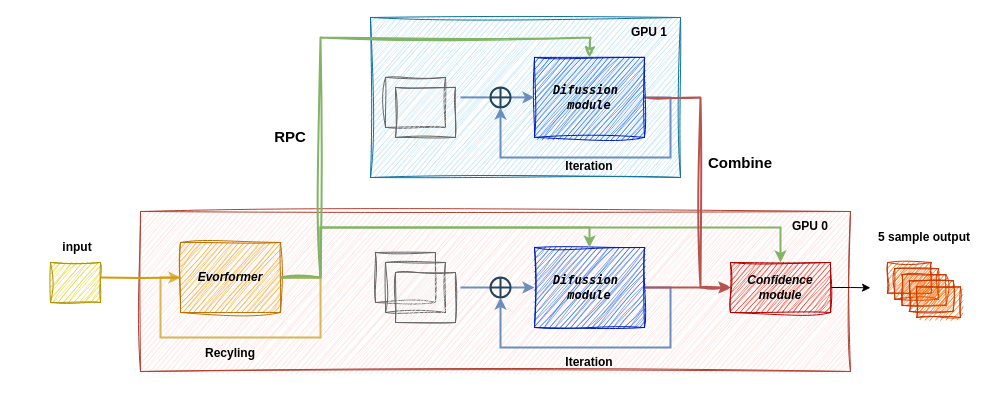
This is assets/未命名绘图.drawio from ShizhongP/dl-notes, a draw.io file, before an edit. Source tidied: cells renumbered, new cells numbered last; positions are measured from the earlier drawing's top-left corner, leaving out a move shared by most shapes. Both pictures are drawn from the tidied source at 100%, with x=0, y=0 at pixel (17, 17).
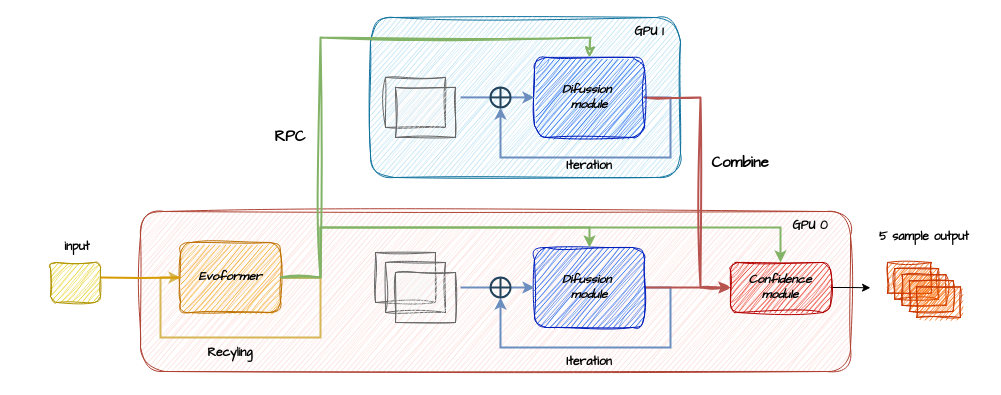
After the change.

Commit message:
更新未命名绘图.drawio

Diff of the diagram source:
```diff
@@
-    <mxCell id="2" style="rounded=0;whiteSpace=wrap;html=1;fillColor=#fad9d5;strokeColor=#ae4132;glass=0;shadow=0;sketch=1;curveFitting=1;jiggle=2;" parent="1" vertex="1">
+    <mxCell id="2" style="rounded=1;whiteSpace=wrap;html=1;fillColor=#fad9d5;strokeColor=#ae4132;glass=0;shadow=0;sketch=1;curveFitting=1;jiggle=2;fontFamily=Comic Sans MS;" parent="1" vertex="1">
       <mxGeometry x="123" y="194" width="710" height="160" as="geometry" />
     </mxCell>
-    <mxCell id="3" style="rounded=0;whiteSpace=wrap;html=1;fillColor=#b1ddf0;strokeColor=#10739e;sketch=1;curveFitting=1;jiggle=2;" parent="1" vertex="1">
+    <mxCell id="3" style="rounded=1;whiteSpace=wrap;html=1;fillColor=#b1ddf0;strokeColor=#10739e;sketch=1;curveFitting=1;jiggle=2;fontFamily=Comic Sans MS;" parent="1" vertex="1">
       <mxGeometry x="353" width="310" height="160" as="geometry" />
     </mxCell>
-    <mxCell id="4" style="edgeStyle=orthogonalEdgeStyle;rounded=0;jettySize=auto;html=1;exitX=1;exitY=0.5;exitDx=0;exitDy=0;entryX=0.5;entryY=1;entryDx=0;entryDy=0;fillColor=#dae8fc;strokeColor=#6c8ebf;strokeWidth=2;" parent="1" edge="1" source="6" target="19">
+    <mxCell id="4" style="edgeStyle=orthogonalEdgeStyle;rounded=0;jettySize=auto;html=1;exitX=1;exitY=0.5;exitDx=0;exitDy=0;entryX=0.5;entryY=1;entryDx=0;entryDy=0;fillColor=#dae8fc;strokeColor=#6c8ebf;strokeWidth=2;fontFamily=Comic Sans MS;" parent="1" edge="1" source="6" target="19">
       <mxGeometry relative="1" as="geometry">
         <Array as="points">
           <mxPoint x="653" y="270" />
           <mxPoint x="653" y="330" />
           <mxPoint x="483" y="330" />
         </Array>
       </mxGeometry>
     </mxCell>
-    <mxCell id="5" style="edgeStyle=orthogonalEdgeStyle;rounded=0;jettySize=auto;html=1;exitX=1;exitY=0.5;exitDx=0;exitDy=0;entryX=0;entryY=0.5;entryDx=0;entryDy=0;fillColor=#f8cecc;strokeColor=#b85450;strokeWidth=2;" parent="1" edge="1" source="6" target="33">
+    <mxCell id="5" style="edgeStyle=orthogonalEdgeStyle;rounded=0;jettySize=auto;html=1;exitX=1;exitY=0.5;exitDx=0;exitDy=0;entryX=0;entryY=0.5;entryDx=0;entryDy=0;fillColor=#f8cecc;strokeColor=#b85450;strokeWidth=2;fontFamily=Comic Sans MS;" parent="1" edge="1" source="6" target="33">
       <mxGeometry relative="1" as="geometry" />
     </mxCell>
-    <mxCell id="6" value="&lt;i&gt;&lt;b&gt;&lt;font style=&quot;color: rgb(0, 0, 0);&quot; face=&quot;Lucida Console&quot;&gt;Difussion&amp;nbsp;&lt;/font&gt;&lt;/b&gt;&lt;/i&gt;&lt;div&gt;&lt;i&gt;&lt;b&gt;&lt;font style=&quot;color: rgb(0, 0, 0);&quot; face=&quot;Lucida Console&quot;&gt;module&lt;/font&gt;&lt;/b&gt;&lt;/i&gt;&lt;/div&gt;" style="rounded=0;whiteSpace=wrap;html=1;fillColor=#0050ef;strokeColor=#001DBC;sketch=1;curveFitting=1;jiggle=2;fontColor=#ffffff;" parent="1" vertex="1">
+    <mxCell id="6" value="&lt;i&gt;&lt;b&gt;&lt;font style=&quot;color: rgb(0, 0, 0);&quot;&gt;Difussion&amp;nbsp;&lt;/font&gt;&lt;/b&gt;&lt;/i&gt;&lt;div&gt;&lt;i&gt;&lt;b&gt;&lt;font style=&quot;color: rgb(0, 0, 0);&quot;&gt;module&lt;/font&gt;&lt;/b&gt;&lt;/i&gt;&lt;/div&gt;" style="rounded=1;whiteSpace=wrap;html=1;fillColor=#0050ef;strokeColor=#001DBC;sketch=1;curveFitting=1;jiggle=2;fontColor=#ffffff;fontFamily=Comic Sans MS;" parent="1" vertex="1">
       <mxGeometry x="517" y="230" width="110" height="80" as="geometry" />
     </mxCell>
-    <mxCell id="7" style="edgeStyle=orthogonalEdgeStyle;rounded=0;jettySize=auto;html=1;exitX=1;exitY=0.5;exitDx=0;exitDy=0;entryX=0.5;entryY=0;entryDx=0;entryDy=0;fillColor=#d5e8d4;strokeColor=#82b366;strokeWidth=2;" parent="1" edge="1" source="9" target="6">
+    <mxCell id="7" style="edgeStyle=orthogonalEdgeStyle;rounded=0;jettySize=auto;html=1;exitX=1;exitY=0.5;exitDx=0;exitDy=0;entryX=0.5;entryY=0;entryDx=0;entryDy=0;fillColor=#d5e8d4;strokeColor=#82b366;strokeWidth=2;fontFamily=Comic Sans MS;" parent="1" edge="1" source="9" target="6">
       <mxGeometry relative="1" as="geometry">
         <Array as="points">
           <mxPoint x="303" y="260" />
           <mxPoint x="303" y="210" />
           <mxPoint x="572" y="210" />
         </Array>
       </mxGeometry>
     </mxCell>
-    <mxCell id="8" style="edgeStyle=orthogonalEdgeStyle;rounded=0;jettySize=auto;html=1;exitX=1;exitY=0.5;exitDx=0;exitDy=0;entryX=0.5;entryY=0;entryDx=0;entryDy=0;fillColor=#d5e8d4;strokeColor=#82b366;strokeWidth=2;" parent="1" edge="1" source="9" target="33">
+    <mxCell id="8" style="edgeStyle=orthogonalEdgeStyle;rounded=0;jettySize=auto;html=1;exitX=1;exitY=0.5;exitDx=0;exitDy=0;entryX=0.5;entryY=0;entryDx=0;entryDy=0;fillColor=#d5e8d4;strokeColor=#82b366;strokeWidth=2;fontFamily=Comic Sans MS;" parent="1" edge="1" source="9" target="33">
       <mxGeometry relative="1" as="geometry">
         <Array as="points">
           <mxPoint x="303" y="260" />
           <mxPoint x="303" y="210" />
           <mxPoint x="763" y="210" />
         </Array>
       </mxGeometry>
     </mxCell>
-    <mxCell id="9" value="&lt;b&gt;&lt;i&gt;Evorformer&lt;/i&gt;&lt;/b&gt;" style="rounded=0;whiteSpace=wrap;html=1;fillColor=#f0a30a;strokeColor=#BD7000;sketch=1;curveFitting=1;jiggle=2;fontColor=#000000;" parent="1" vertex="1">
+    <mxCell id="9" value="&lt;b&gt;&lt;i&gt;Evoformer&lt;/i&gt;&lt;/b&gt;" style="rounded=1;whiteSpace=wrap;html=1;fillColor=#f0a30a;strokeColor=#BD7000;sketch=1;curveFitting=1;jiggle=2;fontColor=#000000;fontFamily=Comic Sans MS;" parent="1" vertex="1">
       <mxGeometry x="163" y="225" width="100" height="70" as="geometry" />
     </mxCell>
-    <mxCell id="10" style="edgeStyle=orthogonalEdgeStyle;rounded=0;orthogonalLoop=1;jettySize=auto;html=1;exitX=1;exitY=0.5;exitDx=0;exitDy=0;entryX=0;entryY=0.5;entryDx=0;entryDy=0;fillColor=#fff2cc;strokeColor=#d6b656;strokeWidth=2;" parent="1" edge="1" source="9" target="9">
+    <mxCell id="10" style="edgeStyle=orthogonalEdgeStyle;rounded=0;orthogonalLoop=1;jettySize=auto;html=1;exitX=1;exitY=0.5;exitDx=0;exitDy=0;entryX=0;entryY=0.5;entryDx=0;entryDy=0;fillColor=#fff2cc;strokeColor=#d6b656;strokeWidth=2;fontFamily=Comic Sans MS;" parent="1" edge="1" source="9" target="9">
       <mxGeometry relative="1" as="geometry">
         <Array as="points">
           <mxPoint x="303" y="260" />
           <mxPoint x="303" y="320" />
           <mxPoint x="143" y="320" />
           <mxPoint x="143" y="260" />
         </Array>
       </mxGeometry>
     </mxCell>
-    <mxCell id="11" value="&lt;b&gt;Recyling&lt;/b&gt;" style="text;html=1;align=center;verticalAlign=middle;whiteSpace=wrap;rounded=0;" parent="1" vertex="1">
+    <mxCell id="11" value="&lt;b&gt;Recyling&lt;/b&gt;" style="text;html=1;align=center;verticalAlign=middle;whiteSpace=wrap;rounded=0;fontFamily=Comic Sans MS;" parent="1" vertex="1">
       <mxGeometry x="183" y="321" width="60" height="30" as="geometry" />
     </mxCell>
-    <mxCell id="12" style="rounded=0;whiteSpace=wrap;html=1;fillColor=#f5f5f5;fontColor=#333333;strokeColor=#666666;sketch=1;curveFitting=1;jiggle=2;" parent="1" vertex="1">
+    <mxCell id="12" style="rounded=0;whiteSpace=wrap;html=1;fillColor=#f5f5f5;fontColor=#333333;strokeColor=#666666;sketch=1;curveFitting=1;jiggle=2;fontFamily=Comic Sans MS;" parent="1" vertex="1">
       <mxGeometry x="358" y="235" width="60" height="50" as="geometry" />
     </mxCell>
-    <mxCell id="13" style="rounded=0;whiteSpace=wrap;html=1;fillColor=#f5f5f5;fontColor=#333333;strokeColor=#666666;sketch=1;curveFitting=1;jiggle=2;" parent="1" vertex="1">
+    <mxCell id="13" style="rounded=0;whiteSpace=wrap;html=1;fillColor=#f5f5f5;fontColor=#333333;strokeColor=#666666;sketch=1;curveFitting=1;jiggle=2;fontFamily=Comic Sans MS;" parent="1" vertex="1">
       <mxGeometry x="368" y="245" width="60" height="50" as="geometry" />
     </mxCell>
-    <mxCell id="14" style="endArrow=classic;html=1;rounded=0;entryX=0;entryY=0.5;entryDx=0;entryDy=0;fillColor=#dae8fc;strokeColor=#6c8ebf;strokeWidth=2;" parent="1" edge="1" source="19" target="6">
+    <mxCell id="14" style="endArrow=classic;html=1;rounded=0;entryX=0;entryY=0.5;entryDx=0;entryDy=0;fillColor=#dae8fc;strokeColor=#6c8ebf;strokeWidth=2;fontFamily=Comic Sans MS;" parent="1" edge="1" source="19" target="6">
       <mxGeometry relative="1" as="geometry" />
     </mxCell>
-    <mxCell id="15" style="edgeStyle=orthogonalEdgeStyle;rounded=0;jettySize=auto;html=1;entryX=0;entryY=0.5;entryDx=0;entryDy=0;endArrow=none;startFill=0;fillColor=#ffe6cc;strokeColor=#d79b00;strokeWidth=2;" parent="1" edge="1" target="9">
+    <mxCell id="15" style="edgeStyle=orthogonalEdgeStyle;rounded=0;jettySize=auto;html=1;entryX=0;entryY=0.5;entryDx=0;entryDy=0;endArrow=none;startFill=0;fillColor=#ffe6cc;strokeColor=#d79b00;strokeWidth=2;fontFamily=Comic Sans MS;" parent="1" edge="1" target="9">
       <mxGeometry relative="1" as="geometry">
         <mxPoint x="83" y="260" as="sourcePoint" />
       </mxGeometry>
     </mxCell>
-    <mxCell id="16" style="rounded=0;whiteSpace=wrap;html=1;fillColor=#e3c800;strokeColor=#B09500;sketch=1;curveFitting=1;jiggle=2;fontColor=#000000;" parent="1" vertex="1">
+    <mxCell id="16" style="rounded=1;whiteSpace=wrap;html=1;fillColor=#e3c800;strokeColor=#B09500;sketch=1;curveFitting=1;jiggle=2;fontColor=#000000;fontFamily=Comic Sans MS;" parent="1" vertex="1">
       <mxGeometry x="33" y="245" width="50" height="40" as="geometry" />
     </mxCell>
-    <mxCell id="17" value="&lt;b&gt;&lt;font style=&quot;font-size: 15px;&quot;&gt;RPC&lt;/font&gt;&lt;/b&gt;" style="text;html=1;align=center;verticalAlign=middle;whiteSpace=wrap;rounded=0;strokeWidth=3;" parent="1" vertex="1">
+    <mxCell id="17" value="&lt;b&gt;&lt;font style=&quot;font-size: 15px;&quot;&gt;RPC&lt;/font&gt;&lt;/b&gt;" style="text;html=1;align=center;verticalAlign=middle;whiteSpace=wrap;rounded=0;strokeWidth=3;fontFamily=Comic Sans MS;" parent="1" vertex="1">
       <mxGeometry x="243" y="104" width="60" height="30" as="geometry" />
     </mxCell>
-    <mxCell id="18" style="endArrow=none;html=1;rounded=0;entryX=0;entryY=0.5;entryDx=0;entryDy=0;startFill=0;strokeWidth=2;fillColor=#dae8fc;strokeColor=#6c8ebf;" parent="1" edge="1" target="19">
+    <mxCell id="18" style="endArrow=none;html=1;rounded=0;entryX=0;entryY=0.5;entryDx=0;entryDy=0;startFill=0;strokeWidth=2;fillColor=#dae8fc;strokeColor=#6c8ebf;fontFamily=Comic Sans MS;" parent="1" edge="1" target="19">
       <mxGeometry relative="1" as="geometry">
         <mxPoint x="443" y="270" as="sourcePoint" />
       </mxGeometry>
     </mxCell>
-    <mxCell id="19" style="shape=orEllipse;perimeter=ellipsePerimeter;whiteSpace=wrap;html=1;backgroundOutline=1;fillColor=none;strokeColor=#23445d;strokeWidth=2;" parent="1" vertex="1">
+    <mxCell id="19" style="shape=orEllipse;perimeter=ellipsePerimeter;whiteSpace=wrap;html=1;backgroundOutline=1;fillColor=none;strokeColor=#23445d;strokeWidth=2;fontFamily=Comic Sans MS;" parent="1" vertex="1">
       <mxGeometry x="473" y="260" width="20" height="20" as="geometry" />
     </mxCell>
-    <mxCell id="20" style="edgeStyle=orthogonalEdgeStyle;rounded=0;jettySize=auto;html=1;exitX=1;exitY=0.5;exitDx=0;exitDy=0;entryX=0.5;entryY=1;entryDx=0;entryDy=0;fillColor=#dae8fc;strokeColor=#6c8ebf;strokeWidth=2;" parent="1" edge="1" source="22">
+    <mxCell id="20" style="edgeStyle=orthogonalEdgeStyle;rounded=0;jettySize=auto;html=1;exitX=1;exitY=0.5;exitDx=0;exitDy=0;entryX=0.5;entryY=1;entryDx=0;entryDy=0;fillColor=#dae8fc;strokeColor=#6c8ebf;strokeWidth=2;fontFamily=Comic Sans MS;" parent="1" edge="1" source="22">
       <mxGeometry relative="1" as="geometry">
         <mxPoint x="483" y="89.9" as="targetPoint" />
         <Array as="points">
           <mxPoint x="653" y="79.9" />
           <mxPoint x="653" y="139.9" />
           <mxPoint x="483" y="139.9" />
         </Array>
       </mxGeometry>
     </mxCell>
-    <mxCell id="21" style="edgeStyle=orthogonalEdgeStyle;rounded=0;jettySize=auto;html=1;exitX=1;exitY=0.5;exitDx=0;exitDy=0;fillColor=#f8cecc;strokeColor=#b85450;strokeWidth=2;sketch=1;curveFitting=1;jiggle=2;" parent="1" edge="1" source="22">
+    <mxCell id="21" style="edgeStyle=orthogonalEdgeStyle;rounded=0;jettySize=auto;html=1;exitX=1;exitY=0.5;exitDx=0;exitDy=0;fillColor=#f8cecc;strokeColor=#b85450;strokeWidth=2;sketch=1;curveFitting=1;jiggle=2;fontFamily=Comic Sans MS;" parent="1" edge="1" source="22">
       <mxGeometry relative="1" as="geometry">
         <mxPoint x="713" y="270" as="targetPoint" />
         <Array as="points">
           <mxPoint x="683" y="80" />
           <mxPoint x="683" y="270" />
         </Array>
       </mxGeometry>
     </mxCell>
-    <mxCell id="22" value="&lt;i&gt;&lt;b&gt;&lt;font style=&quot;color: rgb(0, 0, 0);&quot; face=&quot;Lucida Console&quot;&gt;Difussion&amp;nbsp;&lt;/font&gt;&lt;/b&gt;&lt;/i&gt;&lt;div&gt;&lt;i&gt;&lt;b&gt;&lt;font style=&quot;color: rgb(0, 0, 0);&quot; face=&quot;Lucida Console&quot;&gt;module&lt;/font&gt;&lt;/b&gt;&lt;/i&gt;&lt;/div&gt;" style="rounded=0;whiteSpace=wrap;html=1;fillColor=#0050ef;strokeColor=#001DBC;sketch=1;curveFitting=1;jiggle=2;fontColor=#ffffff;" parent="1" vertex="1">
+    <mxCell id="22" value="&lt;i&gt;&lt;b&gt;&lt;font style=&quot;color: rgb(0, 0, 0);&quot;&gt;Difussion&amp;nbsp;&lt;/font&gt;&lt;/b&gt;&lt;/i&gt;&lt;div&gt;&lt;i&gt;&lt;b&gt;&lt;font style=&quot;color: rgb(0, 0, 0);&quot;&gt;module&lt;/font&gt;&lt;/b&gt;&lt;/i&gt;&lt;/div&gt;" style="rounded=1;whiteSpace=wrap;html=1;fillColor=#0050ef;strokeColor=#001DBC;sketch=1;curveFitting=1;jiggle=2;fontColor=#ffffff;fontFamily=Comic Sans MS;" parent="1" vertex="1">
       <mxGeometry x="517" y="39.9" width="110" height="80" as="geometry" />
     </mxCell>
-    <mxCell id="23" style="edgeStyle=orthogonalEdgeStyle;rounded=0;jettySize=auto;html=1;fillColor=#d5e8d4;strokeColor=#82b366;entryX=0.5;entryY=0;entryDx=0;entryDy=0;strokeWidth=2;sketch=1;curveFitting=1;jiggle=2;" parent="1" edge="1" target="22">
+    <mxCell id="23" style="edgeStyle=orthogonalEdgeStyle;rounded=0;jettySize=auto;html=1;fillColor=#d5e8d4;strokeColor=#82b366;entryX=0.5;entryY=0;entryDx=0;entryDy=0;strokeWidth=2;sketch=1;curveFitting=1;jiggle=2;fontFamily=Comic Sans MS;" parent="1" edge="1" target="22">
       <mxGeometry relative="1" as="geometry">
         <mxPoint x="263" y="260" as="sourcePoint" />
         <Array as="points">
           <mxPoint x="303" y="260" />
           <mxPoint x="303" y="20" />
           <mxPoint x="573" y="20" />
           <mxPoint x="573" y="40" />
         </Array>
       </mxGeometry>
     </mxCell>
-    <mxCell id="24" style="rounded=0;whiteSpace=wrap;html=1;fillColor=#f5f5f5;fontColor=#333333;strokeColor=#666666;sketch=1;curveFitting=1;jiggle=2;" parent="1" vertex="1">
+    <mxCell id="24" style="rounded=0;whiteSpace=wrap;html=1;fillColor=#f5f5f5;fontColor=#333333;strokeColor=#666666;sketch=1;curveFitting=1;jiggle=2;fontFamily=Comic Sans MS;" parent="1" vertex="1">
       <mxGeometry x="368" y="59.9" width="60" height="50" as="geometry" />
     </mxCell>
-    <mxCell id="25" style="rounded=0;whiteSpace=wrap;html=1;fillColor=#f5f5f5;fontColor=#333333;strokeColor=#666666;sketch=1;curveFitting=1;jiggle=2;" parent="1" vertex="1">
+    <mxCell id="25" style="rounded=0;whiteSpace=wrap;html=1;fillColor=#f5f5f5;fontColor=#333333;strokeColor=#666666;sketch=1;curveFitting=1;jiggle=2;fontFamily=Comic Sans MS;" parent="1" vertex="1">
       <mxGeometry x="378" y="69.9" width="60" height="50" as="geometry" />
     </mxCell>
-    <mxCell id="26" style="endArrow=classic;html=1;rounded=0;entryX=0;entryY=0.5;entryDx=0;entryDy=0;fillColor=#dae8fc;strokeColor=#6c8ebf;strokeWidth=2;" parent="1" edge="1" target="22">
+    <mxCell id="26" style="endArrow=classic;html=1;rounded=0;entryX=0;entryY=0.5;entryDx=0;entryDy=0;fillColor=#dae8fc;strokeColor=#6c8ebf;strokeWidth=2;fontFamily=Comic Sans MS;" parent="1" edge="1" target="22">
       <mxGeometry relative="1" as="geometry">
         <mxPoint x="493" y="79.9" as="sourcePoint" />
       </mxGeometry>
     </mxCell>
-    <mxCell id="27" style="endArrow=none;html=1;rounded=0;entryX=0;entryY=0.5;entryDx=0;entryDy=0;startFill=0;fillColor=#dae8fc;strokeColor=#6c8ebf;strokeWidth=2;" parent="1" edge="1">
+    <mxCell id="27" style="endArrow=none;html=1;rounded=0;entryX=0;entryY=0.5;entryDx=0;entryDy=0;startFill=0;fillColor=#dae8fc;strokeColor=#6c8ebf;strokeWidth=2;fontFamily=Comic Sans MS;" parent="1" edge="1">
       <mxGeometry relative="1" as="geometry">
         <mxPoint x="443" y="79.9" as="sourcePoint" />
         <mxPoint x="473" y="79.9" as="targetPoint" />
       </mxGeometry>
     </mxCell>
-    <mxCell id="28" style="rounded=0;whiteSpace=wrap;html=1;fillColor=#f5f5f5;fontColor=#333333;strokeColor=#666666;sketch=1;curveFitting=1;jiggle=2;" parent="1" vertex="1">
+    <mxCell id="28" style="rounded=0;whiteSpace=wrap;html=1;fillColor=#f5f5f5;fontColor=#333333;strokeColor=#666666;sketch=1;curveFitting=1;jiggle=2;fontFamily=Comic Sans MS;" parent="1" vertex="1">
       <mxGeometry x="378" y="255" width="60" height="50" as="geometry" />
     </mxCell>
-    <mxCell id="29" style="shape=orEllipse;perimeter=ellipsePerimeter;whiteSpace=wrap;html=1;backgroundOutline=1;fillColor=none;strokeColor=#23445d;strokeWidth=2;" parent="1" vertex="1">
+    <mxCell id="29" style="shape=orEllipse;perimeter=ellipsePerimeter;whiteSpace=wrap;html=1;backgroundOutline=1;fillColor=none;strokeColor=#23445d;strokeWidth=2;fontFamily=Comic Sans MS;" parent="1" vertex="1">
       <mxGeometry x="473" y="69.9" width="20" height="20" as="geometry" />
     </mxCell>
-    <mxCell id="30" value="&lt;b&gt;Iteration&lt;/b&gt;" style="text;html=1;align=center;verticalAlign=middle;whiteSpace=wrap;rounded=0;" parent="1" vertex="1">
+    <mxCell id="30" value="&lt;b&gt;Iteration&lt;/b&gt;" style="text;html=1;align=center;verticalAlign=middle;whiteSpace=wrap;rounded=0;fontFamily=Comic Sans MS;" parent="1" vertex="1">
       <mxGeometry x="542" y="330" width="60" height="30" as="geometry" />
     </mxCell>
-    <mxCell id="31" value="&lt;b&gt;Iteration&lt;/b&gt;" style="text;html=1;align=center;verticalAlign=middle;whiteSpace=wrap;rounded=0;" parent="1" vertex="1">
+    <mxCell id="31" value="&lt;b&gt;Iteration&lt;/b&gt;" style="text;html=1;align=center;verticalAlign=middle;whiteSpace=wrap;rounded=0;fontFamily=Comic Sans MS;" parent="1" vertex="1">
       <mxGeometry x="542" y="134" width="60" height="30" as="geometry" />
     </mxCell>
-    <mxCell id="32" style="edgeStyle=orthogonalEdgeStyle;rounded=0;jettySize=auto;html=1;exitX=1;exitY=0.5;exitDx=0;exitDy=0;" parent="1" edge="1" source="33">
+    <mxCell id="32" style="edgeStyle=orthogonalEdgeStyle;rounded=0;jettySize=auto;html=1;exitX=1;exitY=0.5;exitDx=0;exitDy=0;fontFamily=Comic Sans MS;" parent="1" edge="1" source="33">
       <mxGeometry relative="1" as="geometry">
         <mxPoint x="853" y="270.3" as="targetPoint" />
       </mxGeometry>
     </mxCell>
-    <mxCell id="33" value="&lt;b&gt;&lt;i&gt;&lt;font style=&quot;color: rgb(0, 0, 0);&quot;&gt;Confidence&lt;br&gt;module&lt;/font&gt;&lt;/i&gt;&lt;/b&gt;" style="rounded=0;whiteSpace=wrap;html=1;fillColor=#e51400;strokeColor=#B20000;sketch=1;curveFitting=1;jiggle=2;fontColor=#ffffff;" parent="1" vertex="1">
+    <mxCell id="33" value="&lt;b&gt;&lt;i&gt;&lt;font style=&quot;color: rgb(0, 0, 0);&quot;&gt;Confidence&lt;br&gt;module&lt;/font&gt;&lt;/i&gt;&lt;/b&gt;" style="rounded=1;whiteSpace=wrap;html=1;fillColor=#e51400;strokeColor=#B20000;sketch=1;curveFitting=1;jiggle=2;fontColor=#ffffff;fontFamily=Comic Sans MS;" parent="1" vertex="1">
       <mxGeometry x="713" y="245" width="100" height="50" as="geometry" />
     </mxCell>
-    <mxCell id="34" value="&lt;b&gt;&lt;font style=&quot;font-size: 15px;&quot;&gt;Combine&lt;/font&gt;&lt;/b&gt;" style="text;html=1;align=center;verticalAlign=middle;whiteSpace=wrap;rounded=0;" parent="1" vertex="1">
+    <mxCell id="34" value="&lt;b&gt;&lt;font style=&quot;font-size: 15px;&quot;&gt;Combine&lt;/font&gt;&lt;/b&gt;" style="text;html=1;align=center;verticalAlign=middle;whiteSpace=wrap;rounded=0;fontFamily=Comic Sans MS;" parent="1" vertex="1">
       <mxGeometry x="693" y="130" width="60" height="30" as="geometry" />
     </mxCell>
-    <mxCell id="35" style="group;" parent="1" vertex="1">
+    <mxCell id="35" style="group;fontFamily=Comic Sans MS;" parent="1" vertex="1">
       <mxGeometry x="870" y="245" width="73" height="55" as="geometry" />
     </mxCell>
-    <mxCell id="36" style="rounded=0;whiteSpace=wrap;html=1;fillColor=#fa6800;fontColor=#000000;strokeColor=#C73500;sketch=1;curveFitting=1;jiggle=2;" parent="35" vertex="1">
+    <mxCell id="36" style="rounded=0;whiteSpace=wrap;html=1;fillColor=#fa6800;fontColor=#000000;strokeColor=#C73500;sketch=1;curveFitting=1;jiggle=2;fontFamily=Comic Sans MS;" parent="35" vertex="1">
       <mxGeometry width="43.8" height="30.6" as="geometry" />
     </mxCell>
-    <mxCell id="37" style="rounded=0;whiteSpace=wrap;html=1;fillColor=#fa6800;fontColor=#000000;strokeColor=#C73500;sketch=1;curveFitting=1;jiggle=2;" parent="35" vertex="1">
+    <mxCell id="37" style="rounded=0;whiteSpace=wrap;html=1;fillColor=#fa6800;fontColor=#000000;strokeColor=#C73500;sketch=1;curveFitting=1;jiggle=2;fontFamily=Comic Sans MS;" parent="35" vertex="1">
       <mxGeometry x="7.3" y="6.1" width="43.8" height="30.6" as="geometry" />
     </mxCell>
-    <mxCell id="38" style="rounded=0;whiteSpace=wrap;html=1;fillColor=#fa6800;fontColor=#000000;strokeColor=#C73500;sketch=1;curveFitting=1;jiggle=2;" parent="35" vertex="1">
+    <mxCell id="38" style="rounded=0;whiteSpace=wrap;html=1;fillColor=#fa6800;fontColor=#000000;strokeColor=#C73500;sketch=1;curveFitting=1;jiggle=2;fontFamily=Comic Sans MS;" parent="35" vertex="1">
       <mxGeometry x="14.6" y="12.2" width="43.8" height="30.6" as="geometry" />
     </mxCell>
-    <mxCell id="39" style="rounded=0;whiteSpace=wrap;html=1;fillColor=#fa6800;fontColor=#000000;strokeColor=#C73500;sketch=1;curveFitting=1;jiggle=2;" parent="35" vertex="1">
+    <mxCell id="39" style="rounded=0;whiteSpace=wrap;html=1;fillColor=#fa6800;fontColor=#000000;strokeColor=#C73500;sketch=1;curveFitting=1;jiggle=2;fontFamily=Comic Sans MS;" parent="35" vertex="1">
       <mxGeometry x="21.9" y="18.3" width="43.8" height="30.6" as="geometry" />
     </mxCell>
-    <mxCell id="40" style="rounded=0;whiteSpace=wrap;html=1;fillColor=#fa6800;fontColor=#000000;strokeColor=#C73500;sketch=1;curveFitting=1;jiggle=2;" parent="35" vertex="1">
+    <mxCell id="40" style="rounded=0;whiteSpace=wrap;html=1;fillColor=#fa6800;fontColor=#000000;strokeColor=#C73500;sketch=1;curveFitting=1;jiggle=2;fontFamily=Comic Sans MS;" parent="35" vertex="1">
       <mxGeometry x="29.2" y="24.4" width="43.8" height="30.6" as="geometry" />
     </mxCell>
-    <mxCell id="41" value="&lt;b&gt;GPU 0&lt;/b&gt;" style="text;html=1;align=center;verticalAlign=middle;whiteSpace=wrap;rounded=0;" parent="1" vertex="1">
+    <mxCell id="41" value="&lt;b&gt;GPU 0&lt;/b&gt;" style="text;html=1;align=center;verticalAlign=middle;whiteSpace=wrap;rounded=0;fontFamily=Comic Sans MS;" parent="1" vertex="1">
       <mxGeometry x="763" y="194" width="60" height="30" as="geometry" />
     </mxCell>
-    <mxCell id="42" value="&lt;b&gt;GPU 1&lt;/b&gt;" style="text;html=1;align=center;verticalAlign=middle;whiteSpace=wrap;rounded=0;" parent="1" vertex="1">
+    <mxCell id="42" value="&lt;b&gt;GPU 1&lt;/b&gt;" style="text;html=1;align=center;verticalAlign=middle;whiteSpace=wrap;rounded=0;fontFamily=Comic Sans MS;" parent="1" vertex="1">
       <mxGeometry x="602" width="60" height="30" as="geometry" />
     </mxCell>
-    <mxCell id="43" value="&lt;b&gt;5 sample output&lt;/b&gt;" style="text;html=1;align=center;verticalAlign=middle;whiteSpace=wrap;rounded=0;" parent="1" vertex="1">
+    <mxCell id="43" value="&lt;b&gt;5 sample output&lt;/b&gt;" style="text;html=1;align=center;verticalAlign=middle;whiteSpace=wrap;rounded=0;fontFamily=Comic Sans MS;" parent="1" vertex="1">
       <mxGeometry x="846.5" y="205" width="120" height="30" as="geometry" />
     </mxCell>
-    <mxCell id="44" value="&lt;b&gt;input&lt;/b&gt;" style="text;html=1;align=center;verticalAlign=middle;whiteSpace=wrap;rounded=0;" parent="1" vertex="1">
+    <mxCell id="44" value="&lt;b&gt;input&lt;/b&gt;" style="text;html=1;align=center;verticalAlign=middle;whiteSpace=wrap;rounded=0;fontFamily=Comic Sans MS;" parent="1" vertex="1">
       <mxGeometry y="215" width="120" height="30" as="geometry" />
     </mxCell>
```
